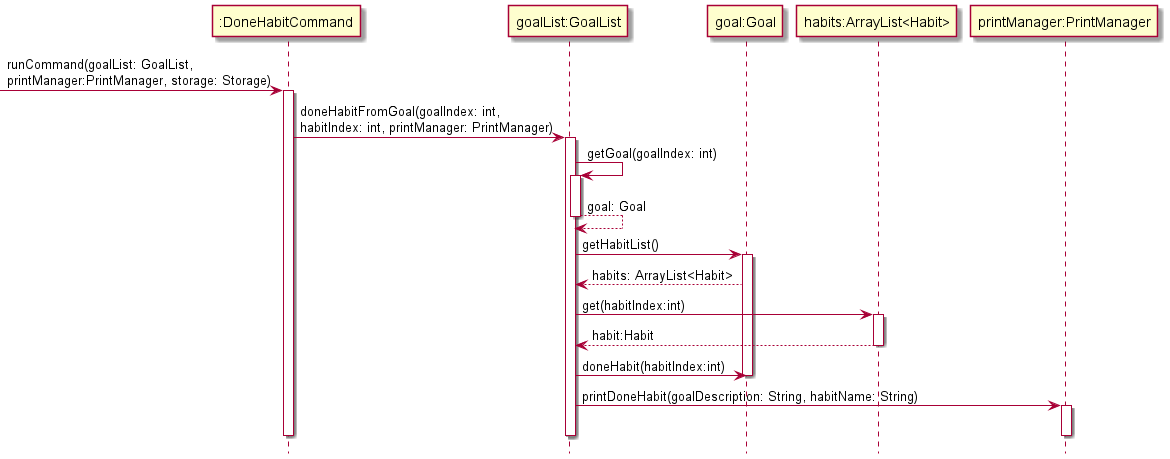
The PlantUML diagram docs/Diagram Images/Implementation Diagram Images/DoneCommandSequenceDiagram.png in nus-cs2113-AY2122S1/tp, before a commit. Its diagram source:
```plantuml
@startuml
!include Style.puml

-> ":DoneHabitCommand": runCommand(goalList: GoalList,\nprintManager:PrintManager, storage: Storage)
activate ":DoneHabitCommand"

":DoneHabitCommand" -> "goalList:GoalList": doneHabitFromGoal(goalIndex: int,\nhabitIndex: int, printManager: PrintManager)
activate "goalList:GoalList"
"goalList:GoalList" -> "goalList:GoalList": getGoal(goalIndex: int)
activate "goalList:GoalList"
"goalList:GoalList" --> "goalList:GoalList": goal: Goal
deactivate "goalList:GoalList"

"goalList:GoalList" -> "goal:Goal": getHabitList()
activate "goal:Goal"
"goal:Goal" --> "goalList:GoalList": habits: ArrayList<Habit>

"goalList:GoalList" -> "habits:ArrayList<Habit>": get(habitIndex:int)
activate "habits:ArrayList<Habit>"
"habits:ArrayList<Habit>" --> "goalList:GoalList": habit:Habit
deactivate "habits:ArrayList<Habit>"
"goalList:GoalList" -> "goal:Goal": doneHabit(habitIndex:int)
deactivate "goal:Goal"

"goalList:GoalList" -> "printManager:PrintManager": printDoneHabit(goalDescription: String, habitName: String)
activate "printManager:PrintManager"
deactivate "printManager:PrintManager"
deactivate "goalList:GoalList"
deactivate ":DoneHabitCommand"

@enduml
```
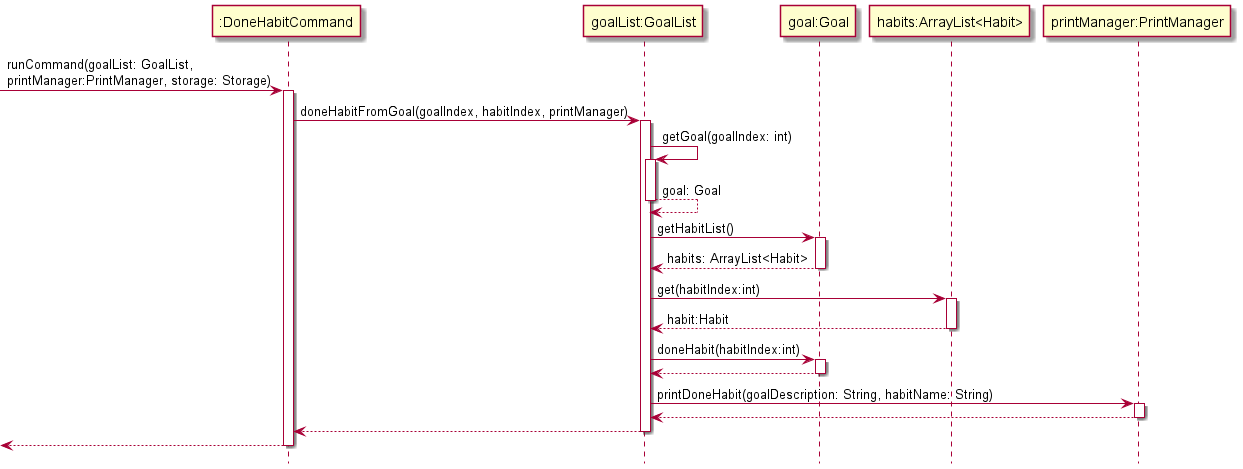
After the change.

Commit message:
Added Sequence Diagram for AddHabit + fixed merge bug in Implementation section

The edit, as a diff of the source:
```diff
@@ -4,7 +4,7 @@
 -> ":DoneHabitCommand": runCommand(goalList: GoalList,\nprintManager:PrintManager, storage: Storage)
 activate ":DoneHabitCommand"
 
-":DoneHabitCommand" -> "goalList:GoalList": doneHabitFromGoal(goalIndex: int,\nhabitIndex: int, printManager: PrintManager)
+":DoneHabitCommand" -> "goalList:GoalList": doneHabitFromGoal(goalIndex, habitIndex, printManager)
 activate "goalList:GoalList"
 "goalList:GoalList" -> "goalList:GoalList": getGoal(goalIndex: int)
 activate "goalList:GoalList"
@@ -14,18 +14,24 @@
 "goalList:GoalList" -> "goal:Goal": getHabitList()
 activate "goal:Goal"
 "goal:Goal" --> "goalList:GoalList": habits: ArrayList<Habit>
+deactivate "goal:Goal"
 
 "goalList:GoalList" -> "habits:ArrayList<Habit>": get(habitIndex:int)
 activate "habits:ArrayList<Habit>"
 "habits:ArrayList<Habit>" --> "goalList:GoalList": habit:Habit
 deactivate "habits:ArrayList<Habit>"
 "goalList:GoalList" -> "goal:Goal": doneHabit(habitIndex:int)
+activate "goal:Goal"
+"goal:Goal" --> "goalList:GoalList"
 deactivate "goal:Goal"
 
 "goalList:GoalList" -> "printManager:PrintManager": printDoneHabit(goalDescription: String, habitName: String)
 activate "printManager:PrintManager"
+"printManager:PrintManager" --> "goalList:GoalList"
 deactivate "printManager:PrintManager"
+"goalList:GoalList" --> ":DoneHabitCommand"
 deactivate "goalList:GoalList"
+<-- ":DoneHabitCommand"
 deactivate ":DoneHabitCommand"
 
 @enduml
```
